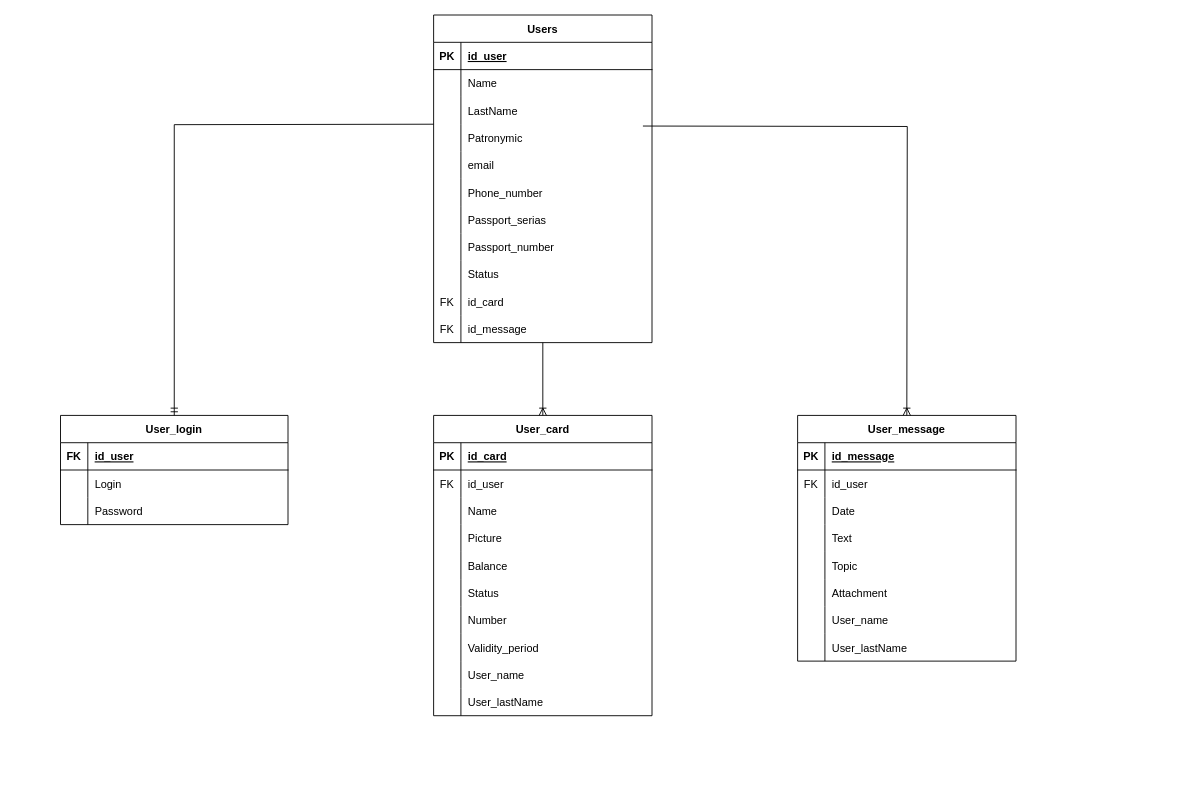
The draw.io diagram SQL/Диаграмма без названия.drawio in Augustl22/Final_QA_project, before the edit. Source tidied: cells renumbered, new cells numbered last; positions are measured from the earlier drawing's top-left corner, leaving out a move shared by most shapes. Both pictures are drawn from the tidied source at 91%, with x=0, y=0 at pixel (60, 15).
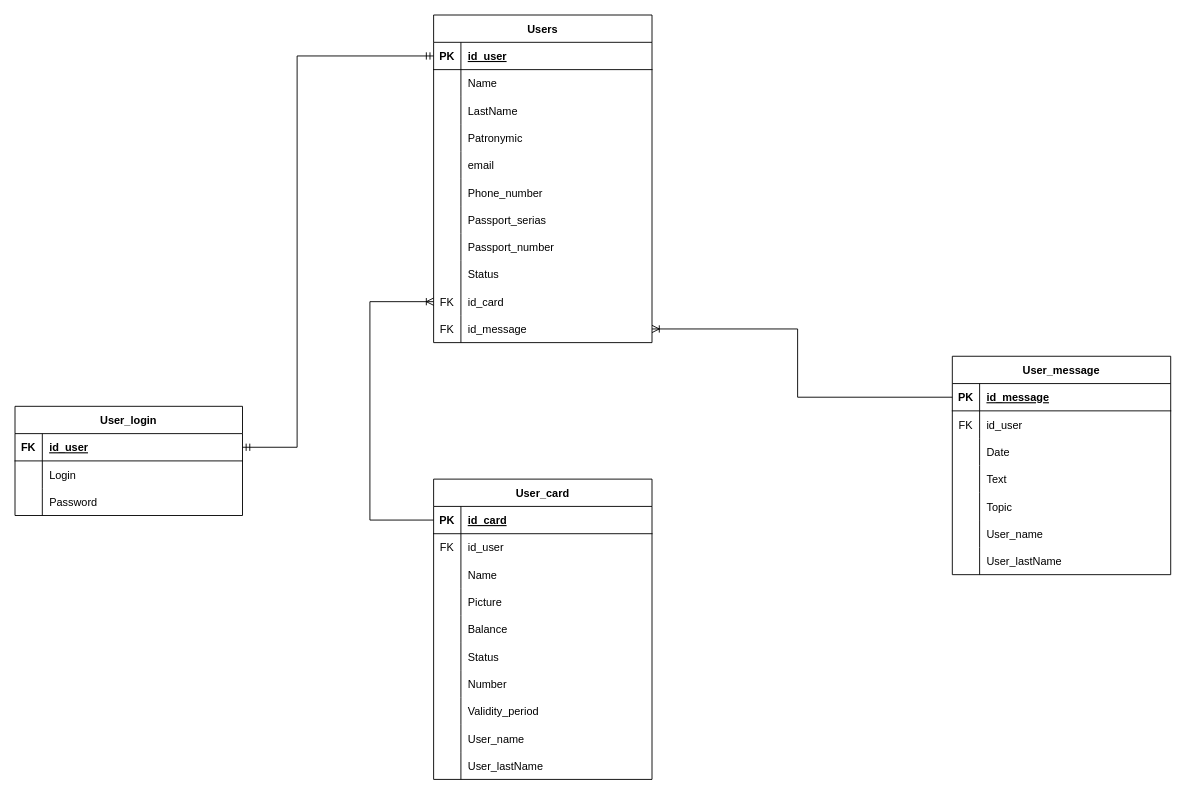
The same page after the edit.

The change refers to these unchanged cells:
```xml
<mxCell id="3" style="shape=partialRectangle;fillColor=none;points=[[0,0.5],[1,0.5]];portConstraint=eastwest;top=0;left=0;right=0;bottom=1;" parent="2" vertex="1">
  <mxGeometry y="30" width="240" height="30" as="geometry" />
</mxCell>
<mxCell id="30" style="shape=partialRectangle;fillColor=none;points=[[0,0.5],[1,0.5]];portConstraint=eastwest;top=0;left=0;right=0;bottom=0;" parent="2" vertex="1">
  <mxGeometry y="300" width="240" height="30" as="geometry" />
</mxCell>
<mxCell id="33" style="shape=partialRectangle;fillColor=none;points=[[0,0.5],[1,0.5]];portConstraint=eastwest;top=0;left=0;right=0;bottom=0;" parent="2" vertex="1">
  <mxGeometry y="330" width="240" height="30" as="geometry" />
</mxCell>
<mxCell id="37" style="shape=partialRectangle;fillColor=none;points=[[0,0.5],[1,0.5]];portConstraint=eastwest;top=0;left=0;right=0;bottom=1;" parent="36" vertex="1">
  <mxGeometry y="30" width="240" height="30" as="geometry" />
</mxCell>
<mxCell id="62" style="shape=partialRectangle;fillColor=none;points=[[0,0.5],[1,0.5]];portConstraint=eastwest;top=0;left=0;right=0;bottom=1;" parent="61" vertex="1">
  <mxGeometry y="30" width="250" height="30" as="geometry" />
</mxCell>
<mxCell id="73" style="shape=partialRectangle;fillColor=none;points=[[0,0.5],[1,0.5]];portConstraint=eastwest;top=0;left=0;right=0;bottom=1;" parent="72" vertex="1">
  <mxGeometry y="30" width="240" height="30" as="geometry" />
</mxCell>
```

The edit, as a diff of the source:
```diff
@@
     <mxCell id="36" value="User_message" style="shape=table;startSize=30;childLayout=tableLayout;rowLines=0;fontStyle=1;align=center;" parent="1" vertex="1">
-      <mxGeometry x="810" y="440" width="240" height="270" as="geometry" />
+      <mxGeometry x="980" y="375" width="240" height="240" as="geometry" />
     </mxCell>
@@
-    <mxCell id="52" style="shape=partialRectangle;fillColor=none;top=0;left=0;right=0;bottom=0;" parent="36" vertex="1">
-      <mxGeometry y="180" width="240" height="30" as="geometry" />
-    </mxCell>
-    <mxCell id="53" style="shape=partialRectangle;overflow=hidden;fillColor=none;top=0;left=0;bottom=0;right=0;" parent="52" vertex="1">
-      <mxGeometry width="30" height="30" as="geometry" />
-    </mxCell>
-    <mxCell id="54" value="Attachment" style="shape=partialRectangle;overflow=hidden;fillColor=none;top=0;left=0;bottom=0;right=0;align=left;spacingLeft=6;" parent="52" vertex="1">
-      <mxGeometry x="30" width="210" height="30" as="geometry" />
-    </mxCell>
     <mxCell id="55" style="shape=partialRectangle;fillColor=none;top=0;left=0;right=0;bottom=0;" parent="36" vertex="1">
-      <mxGeometry y="210" width="240" height="30" as="geometry" />
+      <mxGeometry y="180" width="240" height="30" as="geometry" />
     </mxCell>
@@
     <mxCell id="58" style="shape=partialRectangle;fillColor=none;top=0;left=0;right=0;bottom=0;" parent="36" vertex="1">
-      <mxGeometry y="240" width="240" height="30" as="geometry" />
+      <mxGeometry y="210" width="240" height="30" as="geometry" />
     </mxCell>
@@
     <mxCell id="61" value="User_login" style="shape=table;startSize=30;childLayout=tableLayout;rowLines=0;fontStyle=1;align=center;" parent="1" vertex="1">
-      <mxGeometry y="440" width="250" height="120" as="geometry" />
+      <mxGeometry x="-50" y="430" width="250" height="120" as="geometry" />
     </mxCell>
@@
     <mxCell id="72" value="User_card" style="shape=table;startSize=30;childLayout=tableLayout;rowLines=0;fontStyle=1;align=center;" parent="1" vertex="1">
-      <mxGeometry x="410" y="440" width="240" height="330" as="geometry" />
+      <mxGeometry x="410" y="510" width="240" height="330" as="geometry" />
     </mxCell>
@@
-    <mxCell id="103" style="fontSize=12;html=1;endArrow=ERoneToMany;rounded=0;entryX=0.5;entryY=0;entryDx=0;entryDy=0;" parent="1" edge="1" target="72">
+    <mxCell id="103" style="fontSize=12;html=1;endArrow=ERoneToMany;rounded=0;entryX=0;entryY=0.5;entryDx=0;entryDy=0;exitX=0;exitY=0.5;exitDx=0;exitDy=0;edgeStyle=orthogonalEdgeStyle;" parent="1" edge="1" source="73" target="30">
       <mxGeometry relative="1" as="geometry">
-        <mxPoint x="530" y="360" as="sourcePoint" />
+        <Array as="points">
+          <mxPoint x="340" y="555" />
+          <mxPoint x="340" y="315" />
+        </Array>
       </mxGeometry>
     </mxCell>
-    <mxCell id="104" style="edgeStyle=orthogonalEdgeStyle;fontSize=12;html=1;endArrow=ERmandOne;rounded=0;exitX=-0.008;exitY=0.267;exitDx=0;exitDy=0;exitPerimeter=0;entryX=0.5;entryY=0;entryDx=0;entryDy=0;" parent="1" edge="1" target="61">
+    <mxCell id="104" style="edgeStyle=orthogonalEdgeStyle;fontSize=12;html=1;endArrow=ERmandOne;rounded=0;entryX=1;entryY=0.5;entryDx=0;entryDy=0;endFill=0;startArrow=ERmandOne;startFill=0;exitX=0;exitY=0.5;exitDx=0;exitDy=0;" parent="1" edge="1" source="3" target="62">
       <mxGeometry relative="1" as="geometry">
-        <mxPoint x="410" y="120" as="sourcePoint" />
+        <Array as="points">
+          <mxPoint x="260" y="45" />
+          <mxPoint x="260" y="475" />
+        </Array>
       </mxGeometry>
     </mxCell>
-    <mxCell id="105" style="fontSize=12;html=1;endArrow=ERoneToMany;rounded=0;entryX=0.5;entryY=0;entryDx=0;entryDy=0;exitX=1;exitY=0.067;exitDx=0;exitDy=0;exitPerimeter=0;edgeStyle=orthogonalEdgeStyle;" parent="1" edge="1">
+    <mxCell id="105" style="fontSize=12;html=1;endArrow=ERoneToMany;rounded=0;entryX=1;entryY=0.5;entryDx=0;entryDy=0;exitX=0;exitY=0.5;exitDx=0;exitDy=0;edgeStyle=orthogonalEdgeStyle;" parent="1" edge="1" source="37" target="33">
       <mxGeometry relative="1" as="geometry">
-        <mxPoint x="640" y="122" as="sourcePoint" />
-        <mxPoint x="930" y="440" as="targetPoint" />
+        <Array as="points">
+          <mxPoint x="810" y="345" />
+        </Array>
       </mxGeometry>
     </mxCell>
```
